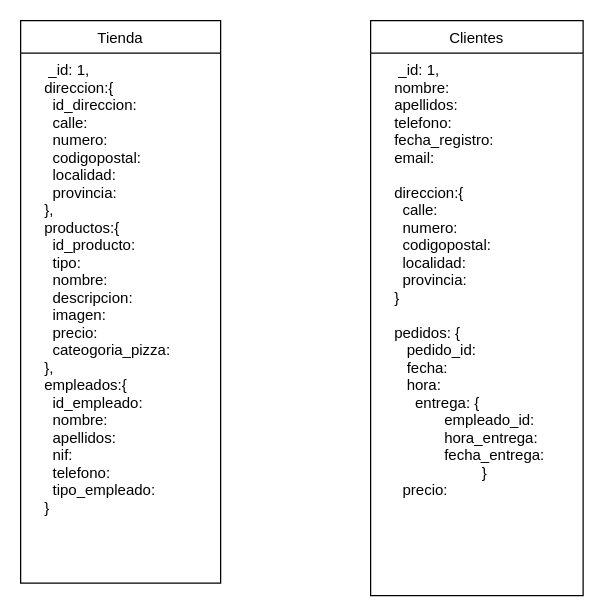
Earlier version of the draw.io diagram pizzeria_diagram.drawio (zeleugim88/mongoDB-estructura). Source tidied: cells renumbered, new cells numbered last; positions are measured from the earlier drawing's top-left corner, leaving out a move shared by most shapes. Both pictures are drawn from the tidied source at 125%, with x=0, y=0 at pixel (20, 20).
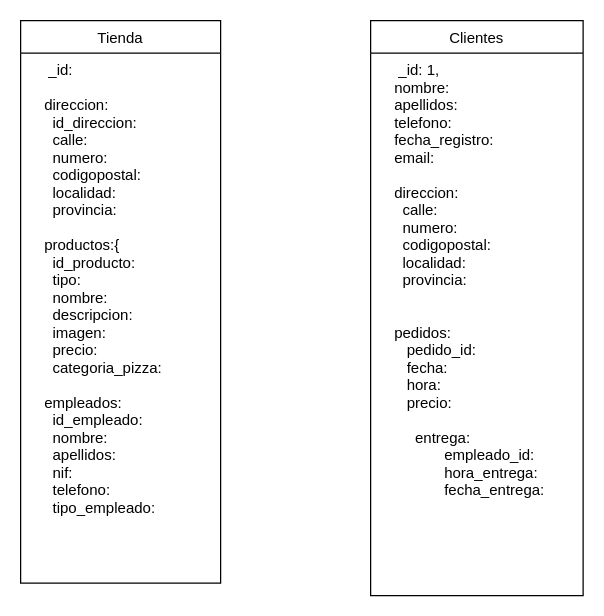
The same diagram, later.

Diff of the diagram source:
```diff
@@
 <mxGraphModel>
   <root>
     <mxCell id="0" />
     <mxCell id="1" parent="0" />
     <mxCell id="2" value="Tienda" style="swimlane;fontStyle=0;horizontal=1;startSize=26;fillColor=none;" parent="1" vertex="1">
       <mxGeometry width="160" height="450" as="geometry" />
     </mxCell>
-    <mxCell id="3" value="     _id: 1,&#10;    direccion:{&#10;      id_direccion:&#10;      calle: &#10;      numero:&#10;      codigopostal:&#10;      localidad: &#10;      provincia: &#10;    },&#10;    productos:{&#10;      id_producto: &#10;      tipo: &#10;      nombre: &#10;      descripcion: &#10;      imagen: &#10;      precio: &#10;      cateogoria_pizza:&#10;    },&#10;    empleados:{&#10;      id_empleado: &#10;      nombre: &#10;      apellidos: &#10;      nif: &#10;      telefono: &#10;      tipo_empleado:&#10;    }" style="text;strokeColor=none;fillColor=none;align=left;verticalAlign=top;spacingLeft=4;spacingRight=4;overflow=hidden;" parent="2" vertex="1">
+    <mxCell id="3" value="     _id: &#10;&#10;    direccion:&#10;      id_direccion:&#10;      calle: &#10;      numero:&#10;      codigopostal:&#10;      localidad: &#10;      provincia: &#10;    &#10;    productos:{&#10;      id_producto: &#10;      tipo: &#10;      nombre: &#10;      descripcion: &#10;      imagen: &#10;      precio: &#10;      categoria_pizza:&#10;    &#10;    empleados:&#10;      id_empleado: &#10;      nombre: &#10;      apellidos: &#10;      nif: &#10;      telefono: &#10;      tipo_empleado:&#10;    " style="text;strokeColor=none;fillColor=none;align=left;verticalAlign=top;spacingLeft=4;spacingRight=4;overflow=hidden;" parent="2" vertex="1">
       <mxGeometry y="26" width="160" height="424" as="geometry" />
     </mxCell>
     <mxCell id="4" value="Clientes" style="swimlane;fontStyle=0;horizontal=1;startSize=26;fillColor=none;" parent="1" vertex="1">
       <mxGeometry x="280" width="170" height="460" as="geometry" />
     </mxCell>
-    <mxCell id="5" value="     _id: 1,&#10;    nombre:&#10;    apellidos:&#10;    telefono:&#10;    fecha_registro: &#10;    email: &#10;&#10;    direccion:{&#10;      calle: &#10;      numero: &#10;      codigopostal: &#10;      localidad: &#10;      provincia: &#10;    }&#10;&#10;    pedidos: {&#10;       pedido_id: &#10;       fecha: &#10;       hora: &#10;         entrega: {&#10;                empleado_id: &#10;                hora_entrega: &#10;                fecha_entrega: &#10;                         }&#10;      precio: " style="text;strokeColor=none;fillColor=none;align=left;verticalAlign=top;spacingLeft=4;spacingRight=4;overflow=hidden;" parent="4" vertex="1">
+    <mxCell id="5" value="     _id: 1,&#10;    nombre:&#10;    apellidos:&#10;    telefono:&#10;    fecha_registro: &#10;    email: &#10;&#10;    direccion:&#10;      calle: &#10;      numero: &#10;      codigopostal: &#10;      localidad: &#10;      provincia: &#10;    &#10;&#10;    pedidos: &#10;       pedido_id: &#10;       fecha: &#10;       hora: &#10;       precio: &#10;&#10;         entrega: &#10;                empleado_id: &#10;                hora_entrega: &#10;                fecha_entrega: &#10;                         &#10;      " style="text;strokeColor=none;fillColor=none;align=left;verticalAlign=top;spacingLeft=4;spacingRight=4;overflow=hidden;" parent="4" vertex="1">
       <mxGeometry y="26" width="170" height="434" as="geometry" />
     </mxCell>
   </root>
 </mxGraphModel>
```
